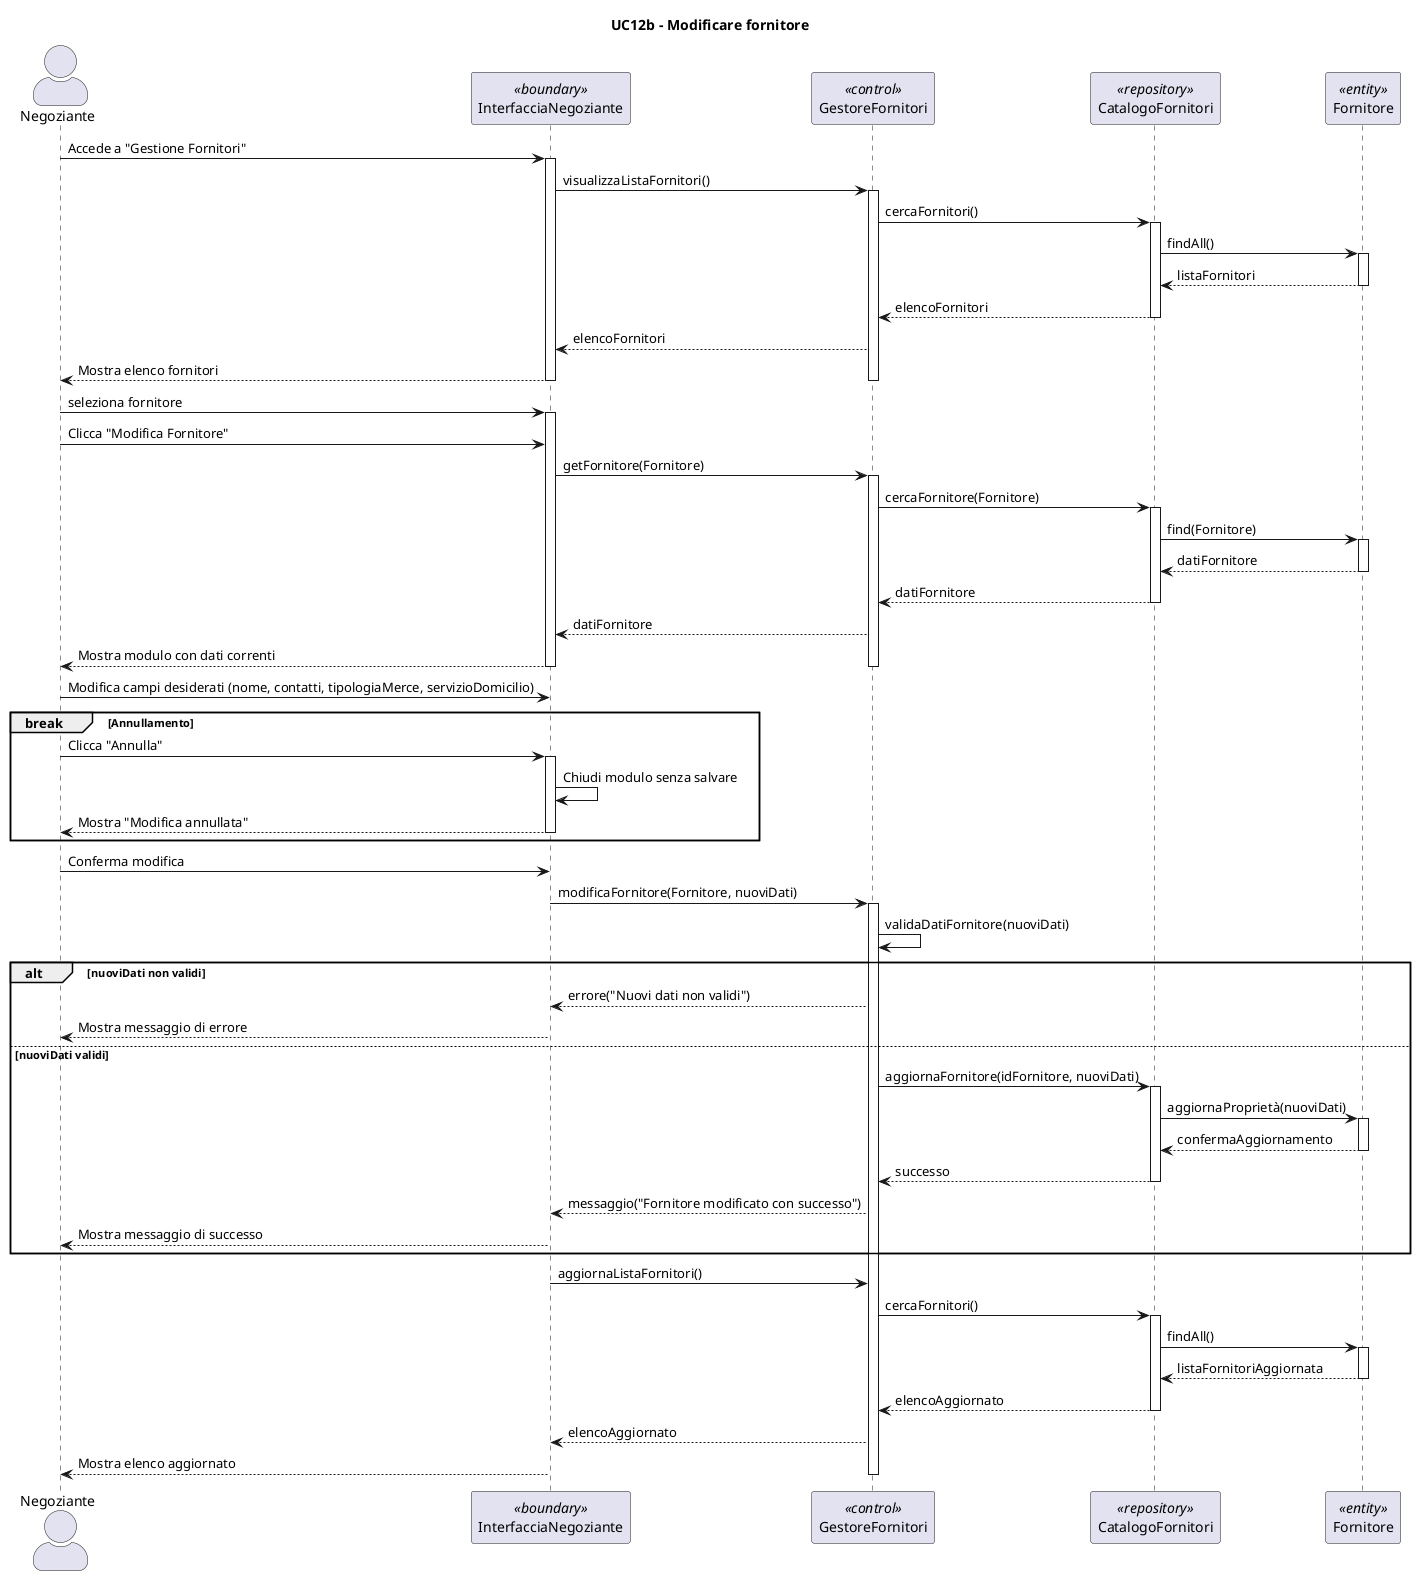
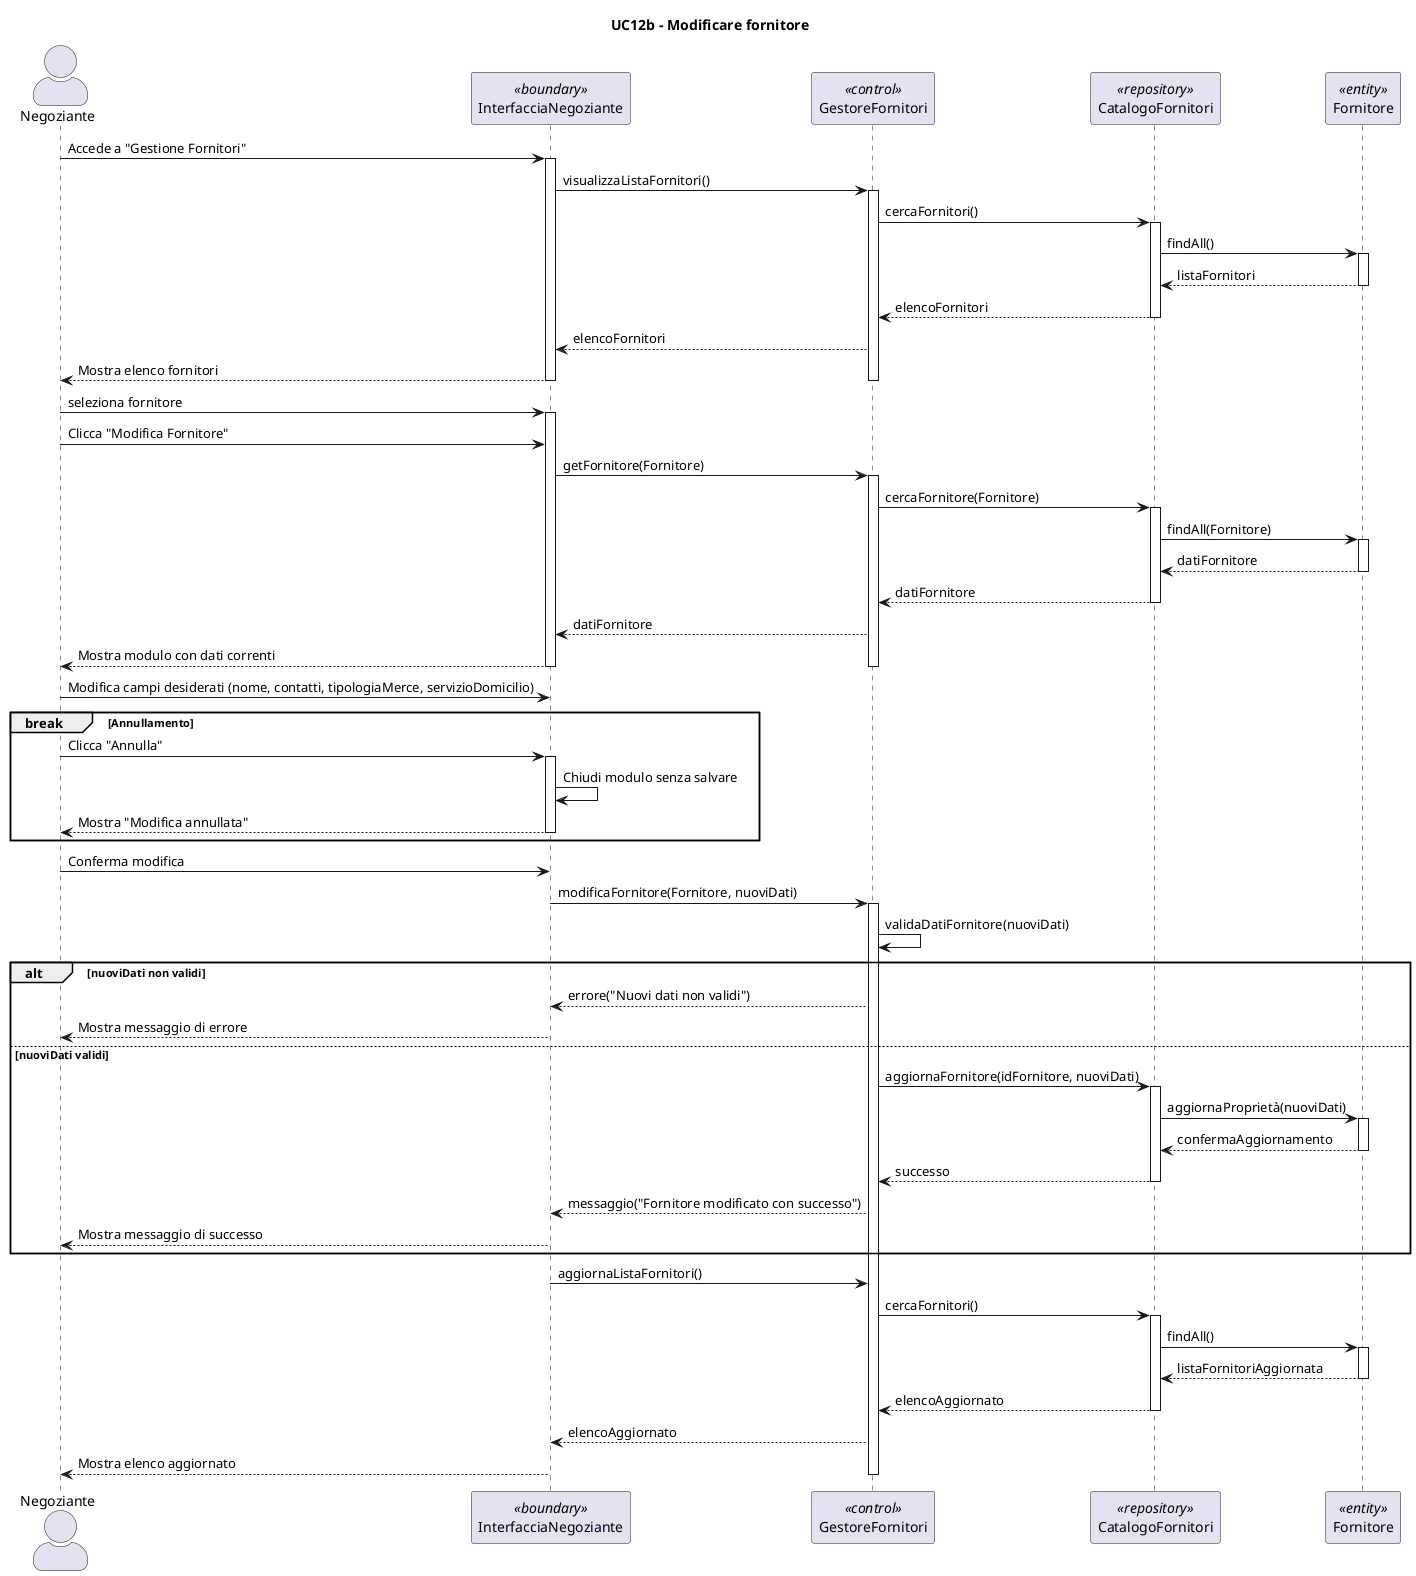
@startuml
title UC12b - Modificare fornitore
skinparam actorStyle awesome

actor "Negoziante" as N
participant "InterfacciaNegoziante" as IN <<boundary>>
participant "GestoreFornitori" as G <<control>>
participant "CatalogoFornitori" as CF <<repository>>
participant "Fornitore" as F <<entity>>

N -> IN: Accede a "Gestione Fornitori"
activate IN
IN -> G: visualizzaListaFornitori()
activate G
G -> CF: cercaFornitori()
activate CF
CF -> F: findAll()
activate F
F --> CF: listaFornitori
deactivate F
CF --> G: elencoFornitori
deactivate CF
G --> IN: elencoFornitori
IN --> N: Mostra elenco fornitori
deactivate G
deactivate IN

N -> IN: seleziona fornitore
activate IN
N -> IN: Clicca "Modifica Fornitore"

IN -> G: getFornitore(Fornitore)
activate G
G -> CF: cercaFornitore(Fornitore)
activate CF
- CF -> F: find(Fornitore)
+ CF -> F: findAll(Fornitore)
activate F
F --> CF: datiFornitore
deactivate F
CF --> G: datiFornitore
deactivate CF
G --> IN: datiFornitore
IN --> N: Mostra modulo con dati correnti
deactivate G
deactivate IN

N -> IN: Modifica campi desiderati (nome, contatti, tipologiaMerce, servizioDomicilio)

break Annullamento
    N -> IN: Clicca "Annulla"
    activate IN
    IN -> IN: Chiudi modulo senza salvare
    IN --> N: Mostra "Modifica annullata"
    deactivate IN
end

activate IN
N -> IN: Conferma modifica
IN -> G: modificaFornitore(Fornitore, nuoviDati)
activate G
G -> G: validaDatiFornitore(nuoviDati)

alt nuoviDati non validi
    G --> IN: errore("Nuovi dati non validi")
    IN --> N: Mostra messaggio di errore

else nuoviDati validi
    G -> CF: aggiornaFornitore(idFornitore, nuoviDati)
    activate CF
    CF -> F: aggiornaProprietà(nuoviDati)
    activate F
    F --> CF: confermaAggiornamento
    deactivate F
    CF --> G: successo
    deactivate CF
    G --> IN: messaggio("Fornitore modificato con successo")
    IN --> N: Mostra messaggio di successo
end

IN -> G: aggiornaListaFornitori()
G -> CF: cercaFornitori()
activate CF
CF -> F: findAll()
activate F
F --> CF: listaFornitoriAggiornata
deactivate F
CF --> G: elencoAggiornato
deactivate CF
G --> IN: elencoAggiornato
IN --> N: Mostra elenco aggiornato

deactivate G
deactivate IN
@enduml